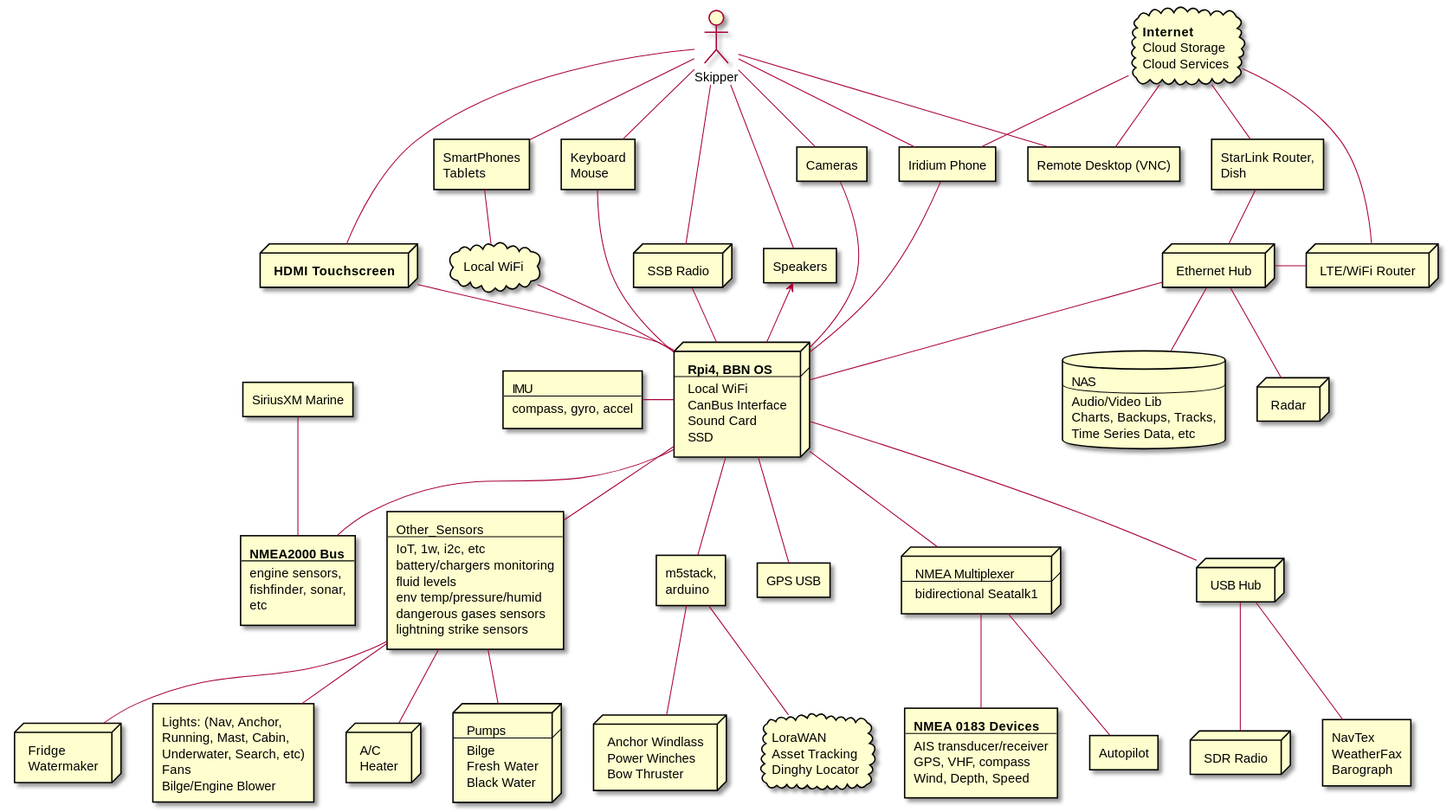
bareboat-necessities/my-bareboat keeps this PlantUML diagram as docs/images/system-arch.svg. Above is the earlier version.
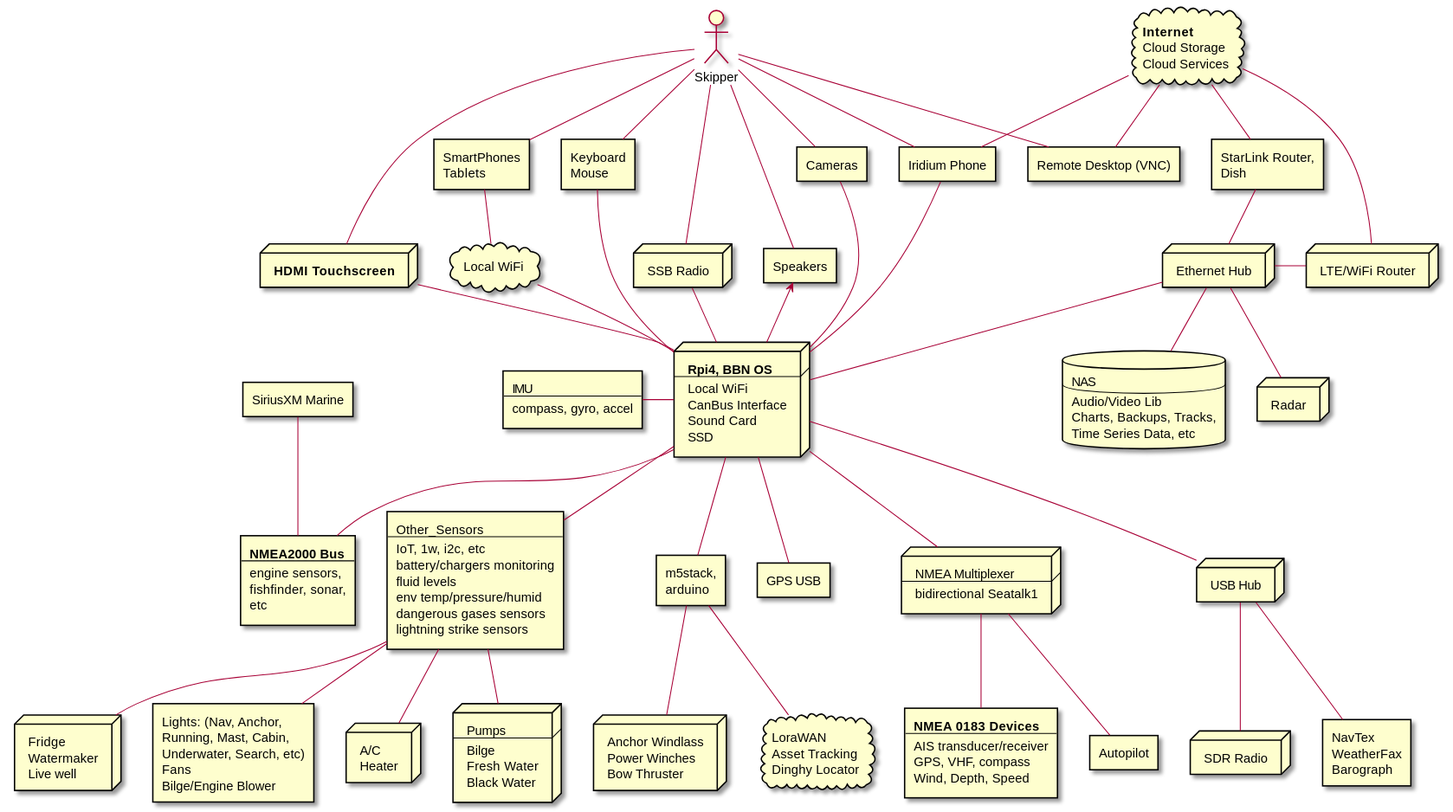
The same diagram one commit later.

Commit message:
better diagrams

What changed in the source:
```diff
@@ -129,6 +129,7 @@
 node Fridge [
  Fridge
  Watermaker
+ Live well
 ]
 
 rectangle Lights_Fans [
```
